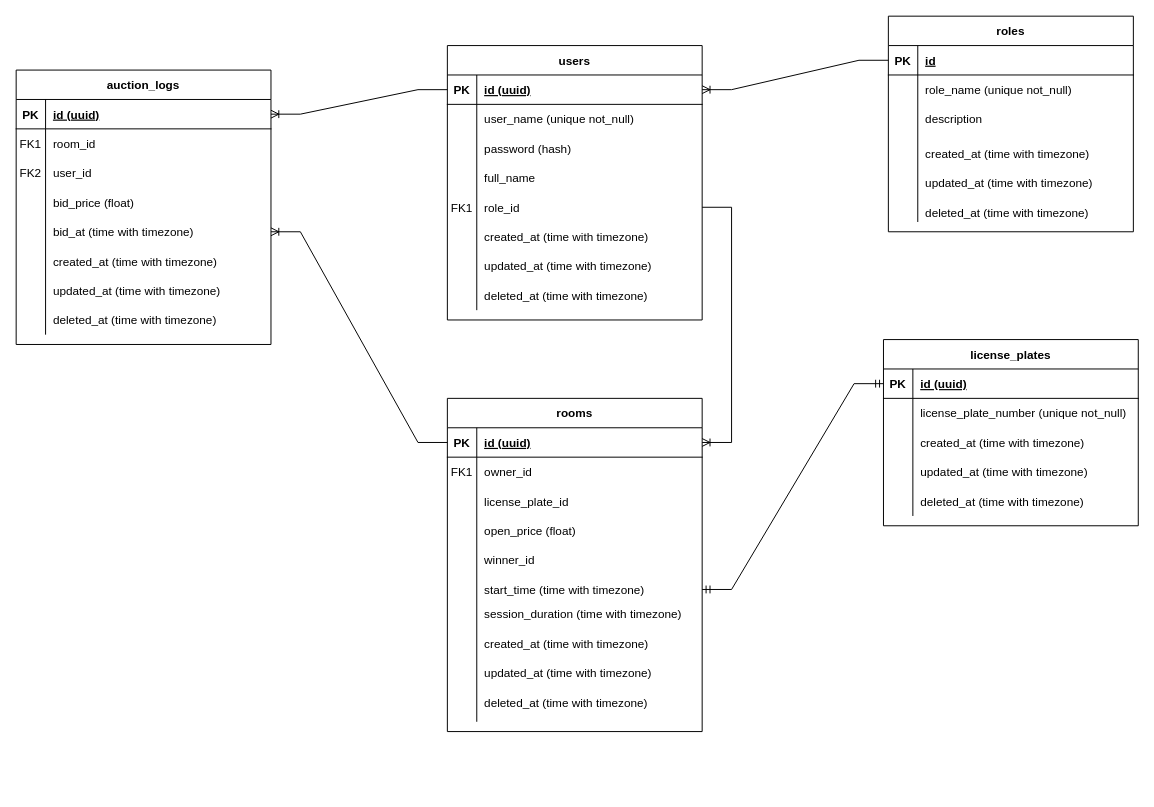
Above: license_plate_auction/Untitled Diagram.drawio in nkien0204/diagrams (draw.io), before the change. Source tidied: cells renumbered, new cells numbered last; positions are measured from the earlier drawing's top-left corner, leaving out a move shared by most shapes. Both pictures are drawn from the tidied source at 98%, with x=0, y=0 at pixel (16, 16).
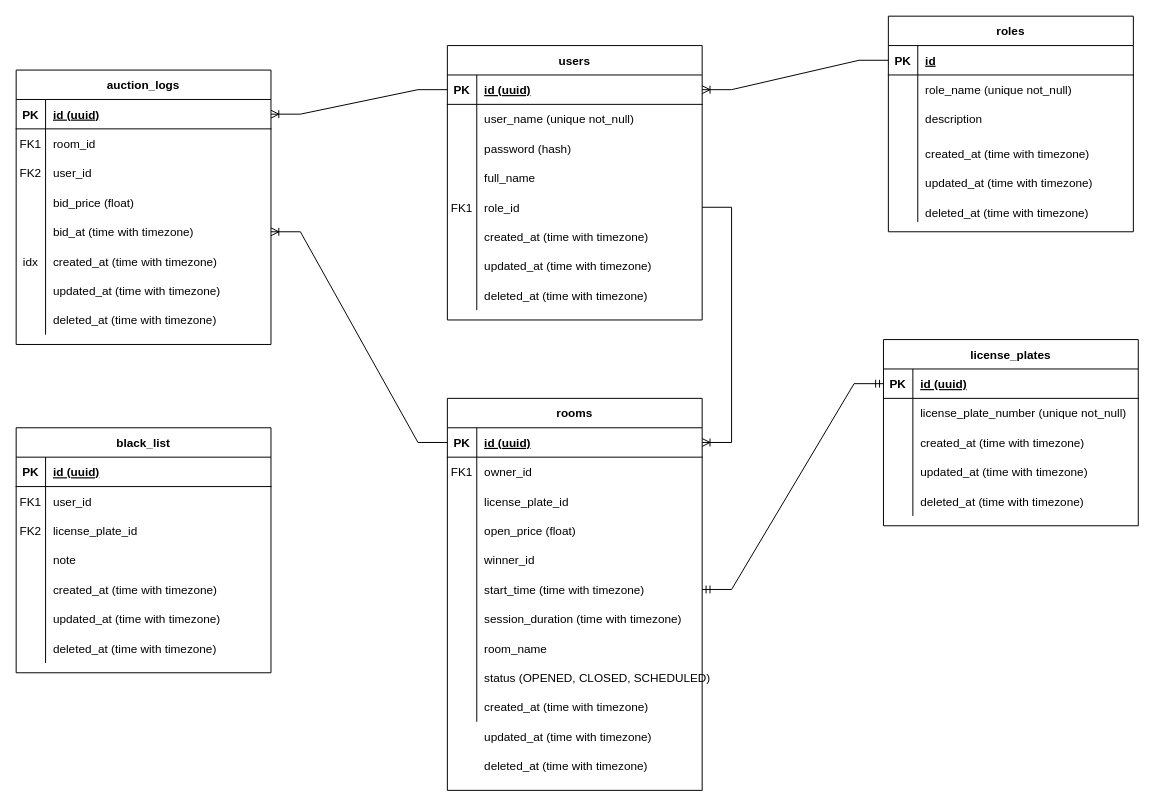
The same diagram, later.

Diff of the diagram source:
```diff
@@
     <mxCell id="30" value="rooms" style="shape=table;startSize=30;childLayout=tableLayout;rowLines=0;fontStyle=1;align=center;" parent="1" vertex="1">
-      <mxGeometry x="440" y="390" width="260" height="340" as="geometry" />
+      <mxGeometry x="440" y="390" width="260" height="400" as="geometry" />
     </mxCell>
@@
     <mxCell id="41" value="created_at (time with timezone)" style="shape=partialRectangle;overflow=hidden;fillColor=none;top=0;left=0;bottom=0;right=0;align=left;spacingLeft=6;" parent="1" vertex="1">
-      <mxGeometry x="470" y="625" width="220" height="30" as="geometry" />
+      <mxGeometry x="470" y="690" width="220" height="30" as="geometry" />
     </mxCell>
     <mxCell id="42" value="updated_at (time with timezone)" style="shape=partialRectangle;overflow=hidden;fillColor=none;top=0;left=0;bottom=0;right=0;align=left;spacingLeft=6;" parent="1" vertex="1">
-      <mxGeometry x="470" y="655" width="220" height="30" as="geometry" />
+      <mxGeometry x="470" y="720" width="220" height="30" as="geometry" />
     </mxCell>
     <mxCell id="43" value="deleted_at (time with timezone)" style="shape=partialRectangle;overflow=hidden;fillColor=none;top=0;left=0;bottom=0;right=0;align=left;spacingLeft=6;" parent="1" vertex="1">
-      <mxGeometry x="470" y="685" width="220" height="30" as="geometry" />
+      <mxGeometry x="470" y="750" width="220" height="30" as="geometry" />
     </mxCell>
@@
     <mxCell id="46" value="session_duration (time with timezone)" style="shape=partialRectangle;overflow=hidden;fillColor=none;top=0;left=0;bottom=0;right=0;align=left;spacingLeft=6;" parent="1" vertex="1">
-      <mxGeometry x="470" y="595" width="220" height="30" as="geometry" />
+      <mxGeometry x="470" y="600" width="220" height="30" as="geometry" />
     </mxCell>
@@
+    <mxCell id="78" value="idx" style="shape=partialRectangle;overflow=hidden;fillColor=none;top=0;left=0;bottom=0;right=0;" parent="1" vertex="1">
+      <mxGeometry y="235" width="30" height="30" as="geometry" />
+    </mxCell>
+    <mxCell id="79" value="room_name" style="shape=partialRectangle;overflow=hidden;fillColor=none;top=0;left=0;bottom=0;right=0;align=left;spacingLeft=6;" parent="1" vertex="1">
+      <mxGeometry x="470" y="630" width="220" height="30" as="geometry" />
+    </mxCell>
+    <mxCell id="80" value="status (OPENED, CLOSED, SCHEDULED)" style="shape=partialRectangle;overflow=hidden;fillColor=none;top=0;left=0;bottom=0;right=0;align=left;spacingLeft=6;" parent="1" vertex="1">
+      <mxGeometry x="470" y="660" width="240" height="30" as="geometry" />
+    </mxCell>
+    <mxCell id="81" value="black_list" style="shape=table;startSize=30;childLayout=tableLayout;rowLines=0;fontStyle=1;align=center;" parent="1" vertex="1">
+      <mxGeometry y="420" width="260" height="250" as="geometry" />
+    </mxCell>
+    <mxCell id="82" style="shape=partialRectangle;fillColor=none;top=0;left=0;right=0;bottom=1;" parent="81" vertex="1">
+      <mxGeometry y="30" width="260" height="30" as="geometry" />
+    </mxCell>
+    <mxCell id="83" value="PK" style="shape=partialRectangle;overflow=hidden;fillColor=none;top=0;left=0;bottom=0;right=0;fontStyle=1;" parent="82" vertex="1">
+      <mxGeometry width="30" height="30" as="geometry" />
+    </mxCell>
+    <mxCell id="84" value="id (uuid)" style="shape=partialRectangle;overflow=hidden;fillColor=none;top=0;left=0;bottom=0;right=0;align=left;spacingLeft=6;fontStyle=5;" parent="82" vertex="1">
+      <mxGeometry x="30" width="230" height="30" as="geometry" />
+    </mxCell>
+    <mxCell id="85" style="shape=partialRectangle;fillColor=none;top=0;left=0;right=0;bottom=0;" parent="81" vertex="1">
+      <mxGeometry y="60" width="260" height="180" as="geometry" />
+    </mxCell>
+    <mxCell id="86" style="shape=partialRectangle;overflow=hidden;fillColor=none;top=0;left=0;bottom=0;right=0;" parent="85" vertex="1">
+      <mxGeometry width="30" height="180" as="geometry" />
+    </mxCell>
+    <mxCell id="87" style="shape=partialRectangle;overflow=hidden;fillColor=none;top=0;left=0;bottom=0;right=0;align=left;spacingLeft=6;" parent="85" vertex="1">
+      <mxGeometry x="30" width="230" height="180" as="geometry" />
+    </mxCell>
+    <mxCell id="88" value="user_id" style="shape=partialRectangle;overflow=hidden;fillColor=none;top=0;left=0;bottom=0;right=0;align=left;spacingLeft=6;" parent="1" vertex="1">
+      <mxGeometry x="30" y="480" width="230" height="30" as="geometry" />
+    </mxCell>
+    <mxCell id="89" value="license_plate_id" style="shape=partialRectangle;overflow=hidden;fillColor=none;top=0;left=0;bottom=0;right=0;align=left;spacingLeft=6;" parent="1" vertex="1">
+      <mxGeometry x="30" y="510" width="220" height="30" as="geometry" />
+    </mxCell>
+    <mxCell id="90" value="note" style="shape=partialRectangle;overflow=hidden;fillColor=none;top=0;left=0;bottom=0;right=0;align=left;spacingLeft=6;" parent="1" vertex="1">
+      <mxGeometry x="30" y="540" width="220" height="30" as="geometry" />
+    </mxCell>
+    <mxCell id="91" value="created_at (time with timezone)" style="shape=partialRectangle;overflow=hidden;fillColor=none;top=0;left=0;bottom=0;right=0;align=left;spacingLeft=6;" parent="1" vertex="1">
+      <mxGeometry x="30" y="570" width="220" height="30" as="geometry" />
+    </mxCell>
+    <mxCell id="92" value="updated_at (time with timezone)" style="shape=partialRectangle;overflow=hidden;fillColor=none;top=0;left=0;bottom=0;right=0;align=left;spacingLeft=6;" parent="1" vertex="1">
+      <mxGeometry x="30" y="600" width="220" height="30" as="geometry" />
+    </mxCell>
+    <mxCell id="93" value="deleted_at (time with timezone)" style="shape=partialRectangle;overflow=hidden;fillColor=none;top=0;left=0;bottom=0;right=0;align=left;spacingLeft=6;" parent="1" vertex="1">
+      <mxGeometry x="30" y="630" width="220" height="30" as="geometry" />
+    </mxCell>
+    <mxCell id="94" value="FK2" style="shape=partialRectangle;overflow=hidden;fillColor=none;top=0;left=0;bottom=0;right=0;" parent="1" vertex="1">
+      <mxGeometry y="510" width="30" height="30" as="geometry" />
+    </mxCell>
+    <mxCell id="95" value="FK1" style="shape=partialRectangle;overflow=hidden;fillColor=none;top=0;left=0;bottom=0;right=0;" parent="1" vertex="1">
+      <mxGeometry y="480" width="30" height="30" as="geometry" />
+    </mxCell>
```
